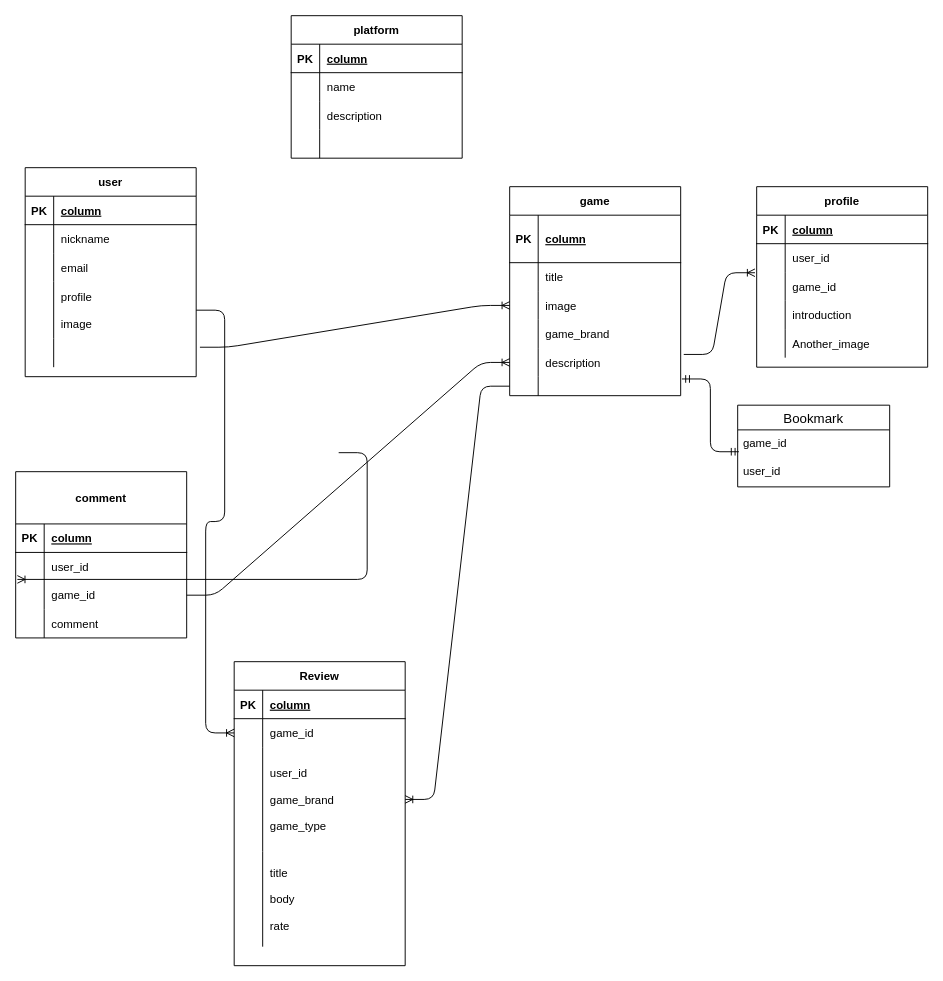
Before: websiteapp.dio in Nozomu-Ishikawa/websiteapp, a draw.io diagram. Source tidied: cells renumbered, new cells numbered last; positions are measured from the earlier drawing's top-left corner, leaving out a move shared by most shapes. Both pictures are drawn from the tidied source at 95%, with x=0, y=0 at pixel (15, 15).
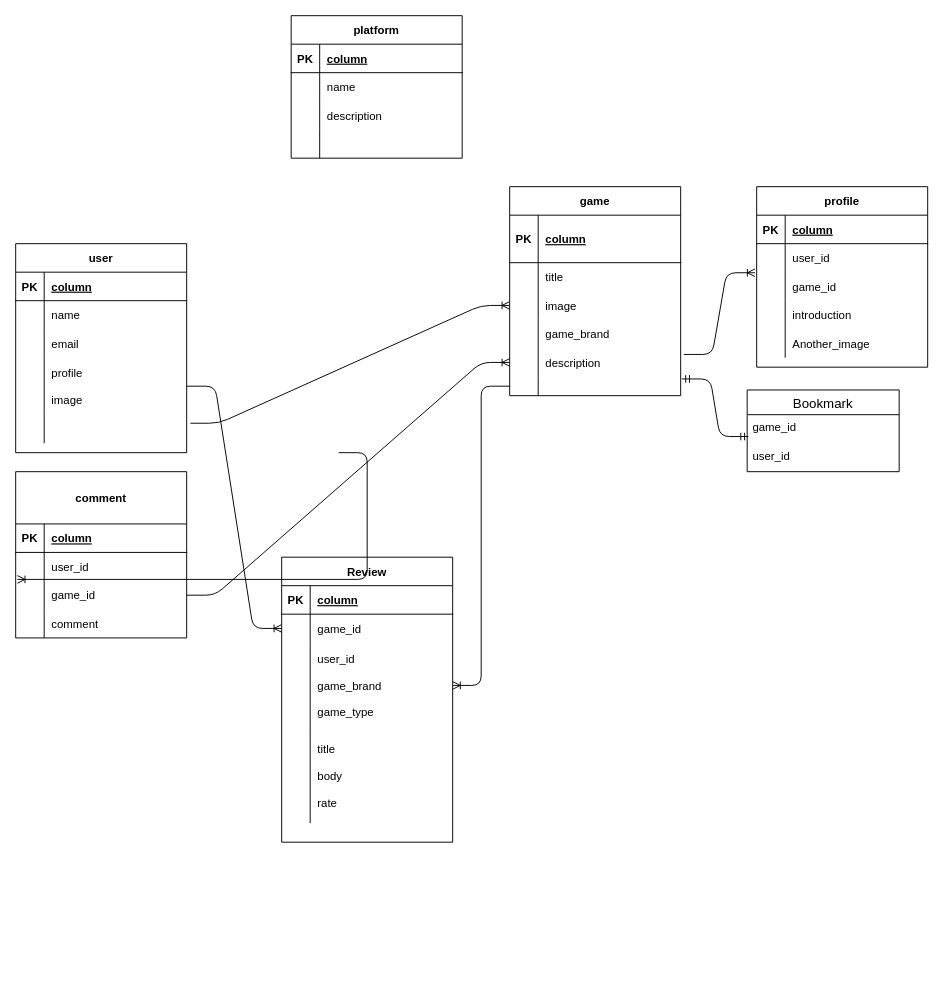
The same diagram, later.

The change refers to these unchanged cells:
```xml
<mxCell id="6" style="shape=partialRectangle;fillColor=none;top=0;left=0;bottom=0;right=0;" parent="2" vertex="1">
  <mxGeometry y="60" width="180" height="30" as="geometry" />
</mxCell>
```

Diff of the diagram source:
```diff
@@
     <mxCell id="2" value="user" style="shape=table;startSize=30;childLayout=tableLayout;rowLines=0;fontStyle=1;align=center;" parent="1" vertex="1">
-      <mxGeometry x="10" y="160" width="180" height="220" as="geometry" />
+      <mxGeometry y="240" width="180" height="220" as="geometry" />
     </mxCell>
@@
-    <mxCell id="8" value="nickname" style="shape=partialRectangle;fillColor=none;top=0;left=0;bottom=0;right=0;align=left;spacingLeft=6;overflow=hidden;" parent="6" vertex="1">
+    <mxCell id="8" value="name" style="shape=partialRectangle;fillColor=none;top=0;left=0;bottom=0;right=0;align=left;spacingLeft=6;overflow=hidden;" parent="6" vertex="1">
       <mxGeometry x="30" width="150" height="30" as="geometry" />
     </mxCell>
@@
     <mxCell id="69" value="Review" style="shape=table;startSize=30;childLayout=tableLayout;rowLines=0;fontStyle=1;align=center;" parent="1" vertex="1">
-      <mxGeometry x="230" y="680" width="180" height="320" as="geometry" />
+      <mxGeometry x="280" y="570" width="180" height="300" as="geometry" />
     </mxCell>
@@
     <mxCell id="76" style="shape=partialRectangle;fillColor=none;top=0;left=0;bottom=0;right=0;points=[[0,0.5],[1,0.5]];portConstraint=eastwest;" parent="69" vertex="1">
-      <mxGeometry y="90" width="180" height="110" as="geometry" />
+      <mxGeometry y="90" width="180" height="90" as="geometry" />
     </mxCell>
     <mxCell id="77" style="shape=partialRectangle;fillColor=none;top=0;left=0;bottom=0;right=0;overflow=hidden;" parent="76" vertex="1">
-      <mxGeometry width="30" height="110" as="geometry" />
+      <mxGeometry width="30" height="90" as="geometry" />
     </mxCell>
     <mxCell id="78" value="user_id&#10;&#10;game_brand&#10;&#10;game_type" style="shape=partialRectangle;fillColor=none;top=0;left=0;bottom=0;right=0;align=left;spacingLeft=6;overflow=hidden;" parent="76" vertex="1">
-      <mxGeometry x="30" width="150" height="110" as="geometry" />
+      <mxGeometry x="30" width="150" height="90" as="geometry" />
     </mxCell>
     <mxCell id="79" style="shape=partialRectangle;fillColor=none;top=0;left=0;bottom=0;right=0;" parent="69" vertex="1">
-      <mxGeometry y="200" width="180" height="100" as="geometry" />
+      <mxGeometry y="180" width="180" height="100" as="geometry" />
     </mxCell>
@@
     <mxCell id="98" value="Bookmark" style="swimlane;fontStyle=0;horizontal=1;startSize=26;align=center;fontSize=14;" parent="1" vertex="1">
-      <mxGeometry x="760" y="410" width="160" height="86" as="geometry" />
+      <mxGeometry x="770" y="394" width="160" height="86" as="geometry" />
     </mxCell>
```
